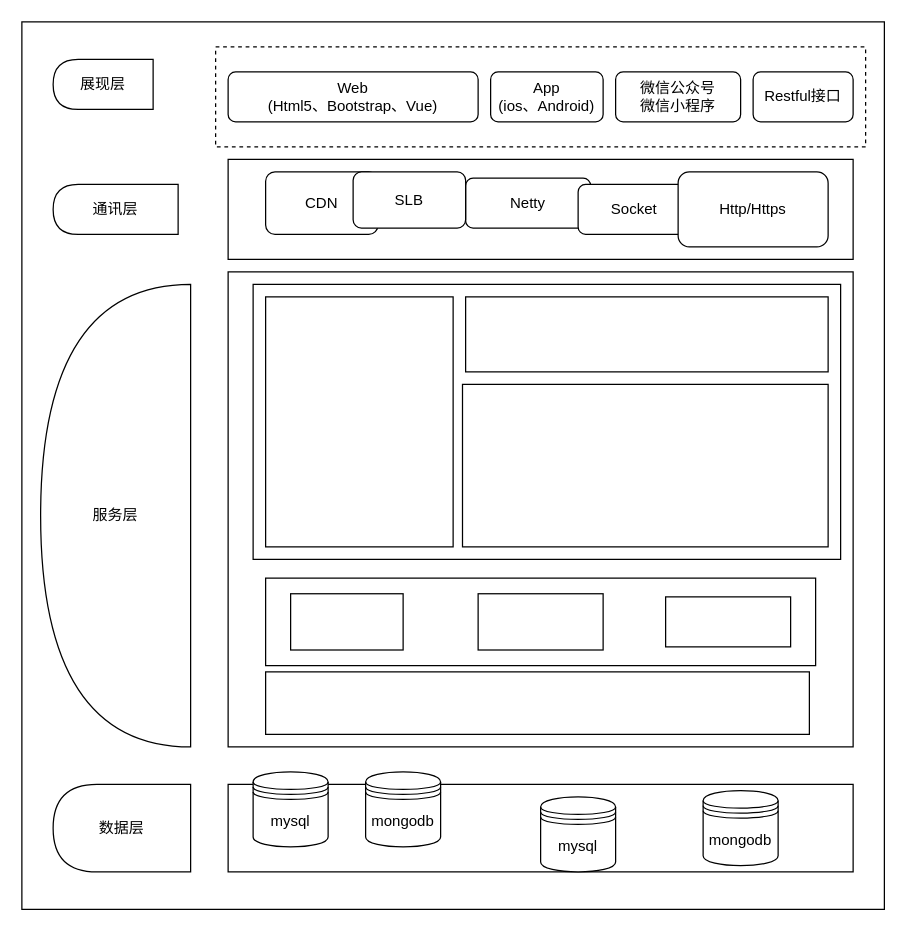
luckyriko/hello-world keeps this draw.io diagram as test.drawio. Above is the earlier version. Source tidied: cells renumbered, new cells numbered last; positions are measured from the earlier drawing's top-left corner, leaving out a move shared by most shapes. Both pictures are drawn from the tidied source at 125%, with x=0, y=0 at pixel (21, 21).
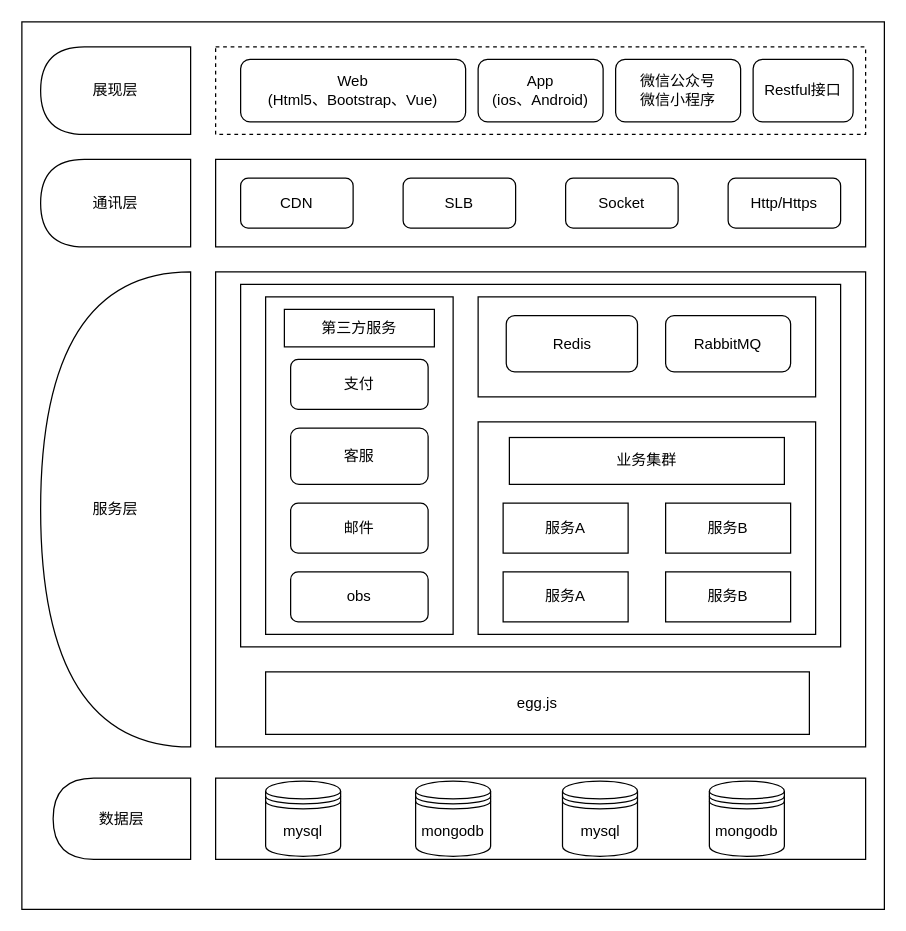
Above is the later version.

Diff of the diagram source:
```diff
@@
     <mxCell id="3" style="rounded=0;whiteSpace=wrap;html=1;" parent="1" vertex="1">
-      <mxGeometry x="165" y="610" width="500" height="70" as="geometry" />
+      <mxGeometry x="155" y="605" width="520" height="65" as="geometry" />
     </mxCell>
     <mxCell id="4" value="mysql" style="shape=datastore;whiteSpace=wrap;html=1;" parent="1" vertex="1">
-      <mxGeometry x="185" y="600" width="60" height="60" as="geometry" />
+      <mxGeometry x="195" y="607.5" width="60" height="60" as="geometry" />
     </mxCell>
     <mxCell id="5" value="&lt;span&gt;mysql&lt;/span&gt;" style="shape=datastore;whiteSpace=wrap;html=1;" parent="1" vertex="1">
-      <mxGeometry x="415" y="620" width="60" height="60" as="geometry" />
+      <mxGeometry x="432.5" y="607.5" width="60" height="60" as="geometry" />
     </mxCell>
     <mxCell id="6" value="mongodb" style="shape=datastore;whiteSpace=wrap;html=1;" parent="1" vertex="1">
-      <mxGeometry x="275" y="600" width="60" height="60" as="geometry" />
+      <mxGeometry x="315" y="607.5" width="60" height="60" as="geometry" />
     </mxCell>
     <mxCell id="7" value="&lt;span&gt;mongodb&lt;/span&gt;" style="shape=datastore;whiteSpace=wrap;html=1;" parent="1" vertex="1">
-      <mxGeometry x="545" y="615" width="60" height="60" as="geometry" />
+      <mxGeometry x="550" y="607.5" width="60" height="60" as="geometry" />
     </mxCell>
     <mxCell id="8" value="数据层" style="shape=delay;whiteSpace=wrap;html=1;labelBackgroundColor=none;direction=west;" parent="1" vertex="1">
-      <mxGeometry x="25" y="610" width="110" height="70" as="geometry" />
+      <mxGeometry x="25" y="605" width="110" height="65" as="geometry" />
     </mxCell>
     <mxCell id="9" style="rounded=0;whiteSpace=wrap;html=1;labelBackgroundColor=none;" parent="1" vertex="1">
-      <mxGeometry x="165" y="200" width="500" height="380" as="geometry" />
+      <mxGeometry x="155" y="200" width="520" height="380" as="geometry" />
     </mxCell>
     <mxCell id="10" value="通讯层" style="shape=delay;whiteSpace=wrap;html=1;labelBackgroundColor=none;direction=west;" parent="1" vertex="1">
-      <mxGeometry x="25" y="130" width="100" height="40" as="geometry" />
+      <mxGeometry x="15" y="110" width="120" height="70" as="geometry" />
     </mxCell>
     <mxCell id="11" value="展现层" style="shape=delay;whiteSpace=wrap;html=1;labelBackgroundColor=none;direction=west;" parent="1" vertex="1">
-      <mxGeometry x="25" y="30" width="80" height="40" as="geometry" />
+      <mxGeometry x="15" y="20" width="120" height="70" as="geometry" />
     </mxCell>
     <mxCell id="12" value="服务层" style="shape=delay;whiteSpace=wrap;html=1;labelBackgroundColor=none;direction=west;" parent="1" vertex="1">
-      <mxGeometry x="15" y="210" width="120" height="370" as="geometry" />
+      <mxGeometry x="15" y="200" width="120" height="380" as="geometry" />
     </mxCell>
     <mxCell id="13" style="rounded=0;whiteSpace=wrap;html=1;labelBackgroundColor=none;" parent="1" vertex="1">
-      <mxGeometry x="165" y="110" width="500" height="80" as="geometry" />
+      <mxGeometry x="155" y="110" width="520" height="70" as="geometry" />
     </mxCell>
     <mxCell id="14" value="CDN" style="rounded=1;whiteSpace=wrap;html=1;labelBackgroundColor=none;" parent="1" vertex="1">
-      <mxGeometry x="195" y="120" width="90" height="50" as="geometry" />
+      <mxGeometry x="175" y="125" width="90" height="40" as="geometry" />
     </mxCell>
     <mxCell id="15" style="rounded=0;whiteSpace=wrap;html=1;labelBackgroundColor=none;dashed=1;strokeWidth=1;" parent="1" vertex="1">
-      <mxGeometry x="155" y="20" width="520" height="80" as="geometry" />
+      <mxGeometry x="155" y="20" width="520" height="70" as="geometry" />
     </mxCell>
-    <mxCell id="16" value="Netty" style="rounded=1;whiteSpace=wrap;html=1;labelBackgroundColor=none;" parent="1" vertex="1">
-      <mxGeometry x="355" y="125" width="100" height="40" as="geometry" />
-    </mxCell>
     <mxCell id="17" value="Socket" style="rounded=1;whiteSpace=wrap;html=1;labelBackgroundColor=none;" parent="1" vertex="1">
-      <mxGeometry x="445" y="130" width="90" height="40" as="geometry" />
+      <mxGeometry x="435" y="125" width="90" height="40" as="geometry" />
     </mxCell>
     <mxCell id="18" value="SLB" style="rounded=1;whiteSpace=wrap;html=1;labelBackgroundColor=none;" parent="1" vertex="1">
-      <mxGeometry x="265" y="120" width="90" height="45" as="geometry" />
+      <mxGeometry x="305" y="125" width="90" height="40" as="geometry" />
     </mxCell>
     <mxCell id="19" value="Restful接口" style="rounded=1;whiteSpace=wrap;html=1;labelBackgroundColor=none;" parent="1" vertex="1">
-      <mxGeometry x="585" y="40" width="80" height="40" as="geometry" />
+      <mxGeometry x="585" y="30" width="80" height="50" as="geometry" />
     </mxCell>
     <mxCell id="20" value="微信公众号&lt;br&gt;微信小程序" style="rounded=1;whiteSpace=wrap;html=1;labelBackgroundColor=none;" parent="1" vertex="1">
-      <mxGeometry x="475" y="40" width="100" height="40" as="geometry" />
+      <mxGeometry x="475" y="30" width="100" height="50" as="geometry" />
     </mxCell>
     <mxCell id="21" value="App&lt;br&gt;(ios、Android)" style="rounded=1;whiteSpace=wrap;html=1;labelBackgroundColor=none;" parent="1" vertex="1">
-      <mxGeometry x="375" y="40" width="90" height="40" as="geometry" />
+      <mxGeometry x="365" y="30" width="100" height="50" as="geometry" />
     </mxCell>
     <mxCell id="22" value="Web&lt;br&gt;(Html5、Bootstrap、Vue)" style="rounded=1;whiteSpace=wrap;html=1;labelBackgroundColor=none;" parent="1" vertex="1">
-      <mxGeometry x="165" y="40" width="200" height="40" as="geometry" />
+      <mxGeometry x="175" y="30" width="180" height="50" as="geometry" />
     </mxCell>
     <mxCell id="23" value="Http/Https" style="rounded=1;whiteSpace=wrap;html=1;labelBackgroundColor=none;strokeWidth=1;" parent="1" vertex="1">
-      <mxGeometry x="525" y="120" width="120" height="60" as="geometry" />
+      <mxGeometry x="565" y="125" width="90" height="40" as="geometry" />
     </mxCell>
-    <mxCell id="24" style="rounded=0;whiteSpace=wrap;html=1;labelBackgroundColor=none;strokeWidth=1;" parent="1" vertex="1">
+    <mxCell id="24" value="egg.js" style="rounded=0;whiteSpace=wrap;html=1;labelBackgroundColor=none;strokeWidth=1;" parent="1" vertex="1">
       <mxGeometry x="195" y="520" width="435" height="50" as="geometry" />
     </mxCell>
     <mxCell id="25" style="rounded=0;whiteSpace=wrap;html=1;labelBackgroundColor=none;strokeWidth=1;" parent="1" vertex="1">
-      <mxGeometry x="185" y="210" width="470" height="220" as="geometry" />
+      <mxGeometry x="175" y="210" width="480" height="290" as="geometry" />
     </mxCell>
-    <mxCell id="26" style="rounded=0;whiteSpace=wrap;html=1;labelBackgroundColor=none;strokeWidth=1;" parent="1" vertex="1">
-      <mxGeometry x="195" y="445" width="440" height="70" as="geometry" />
-    </mxCell>
-    <mxCell id="27" style="rounded=0;whiteSpace=wrap;html=1;labelBackgroundColor=none;strokeWidth=1;" parent="1" vertex="1">
-      <mxGeometry x="215" y="457.5" width="90" height="45" as="geometry" />
-    </mxCell>
-    <mxCell id="28" style="rounded=0;whiteSpace=wrap;html=1;labelBackgroundColor=none;strokeWidth=1;" parent="1" vertex="1">
-      <mxGeometry x="365" y="457.5" width="100" height="45" as="geometry" />
-    </mxCell>
-    <mxCell id="29" style="rounded=0;whiteSpace=wrap;html=1;labelBackgroundColor=none;strokeWidth=1;" parent="1" vertex="1">
-      <mxGeometry x="515" y="460" width="100" height="40" as="geometry" />
-    </mxCell>
     <mxCell id="30" style="rounded=0;whiteSpace=wrap;html=1;labelBackgroundColor=none;strokeWidth=1;" parent="1" vertex="1">
-      <mxGeometry x="355" y="220" width="290" height="60" as="geometry" />
+      <mxGeometry x="365" y="320" width="270" height="170" as="geometry" />
     </mxCell>
-    <mxCell id="31" style="rounded=0;whiteSpace=wrap;html=1;labelBackgroundColor=none;strokeWidth=1;" parent="1" vertex="1">
-      <mxGeometry x="352.5" y="290" width="292.5" height="130" as="geometry" />
-    </mxCell>
     <mxCell id="32" style="rounded=0;whiteSpace=wrap;html=1;labelBackgroundColor=none;strokeWidth=1;" parent="1" vertex="1">
-      <mxGeometry x="195" y="220" width="150" height="200" as="geometry" />
+      <mxGeometry x="195" y="220" width="150" height="270" as="geometry" />
     </mxCell>
+    <mxCell id="33" value="&lt;span&gt;服务A&lt;/span&gt;" style="rounded=0;whiteSpace=wrap;html=1;labelBackgroundColor=none;strokeWidth=1;" parent="1" vertex="1">
+      <mxGeometry x="385" y="440" width="100" height="40" as="geometry" />
+    </mxCell>
+    <mxCell id="34" value="&lt;span&gt;服务B&lt;/span&gt;" style="rounded=0;whiteSpace=wrap;html=1;labelBackgroundColor=none;strokeWidth=1;" parent="1" vertex="1">
+      <mxGeometry x="515" y="440" width="100" height="40" as="geometry" />
+    </mxCell>
+    <mxCell id="35" value="服务A" style="rounded=0;whiteSpace=wrap;html=1;labelBackgroundColor=none;strokeWidth=1;" parent="1" vertex="1">
+      <mxGeometry x="385" y="385" width="100" height="40" as="geometry" />
+    </mxCell>
+    <mxCell id="36" value="服务B" style="rounded=0;whiteSpace=wrap;html=1;labelBackgroundColor=none;strokeWidth=1;" parent="1" vertex="1">
+      <mxGeometry x="515" y="385" width="100" height="40" as="geometry" />
+    </mxCell>
+    <mxCell id="37" style="rounded=0;whiteSpace=wrap;html=1;labelBackgroundColor=none;strokeWidth=1;" parent="1" vertex="1">
+      <mxGeometry x="365" y="220" width="270" height="80" as="geometry" />
+    </mxCell>
+    <mxCell id="38" value="RabbitMQ" style="rounded=1;whiteSpace=wrap;html=1;labelBackgroundColor=none;strokeWidth=1;" parent="1" vertex="1">
+      <mxGeometry x="515" y="235" width="100" height="45" as="geometry" />
+    </mxCell>
+    <mxCell id="39" value="Redis" style="rounded=1;whiteSpace=wrap;html=1;labelBackgroundColor=none;strokeWidth=1;" parent="1" vertex="1">
+      <mxGeometry x="387.5" y="235" width="105" height="45" as="geometry" />
+    </mxCell>
+    <mxCell id="40" value="第三方服务" style="rounded=0;whiteSpace=wrap;html=1;labelBackgroundColor=none;strokeWidth=1;" parent="1" vertex="1">
+      <mxGeometry x="210" y="230" width="120" height="30" as="geometry" />
+    </mxCell>
+    <mxCell id="41" value="obs" style="rounded=1;whiteSpace=wrap;html=1;labelBackgroundColor=none;strokeWidth=1;" parent="1" vertex="1">
+      <mxGeometry x="215" y="440" width="110" height="40" as="geometry" />
+    </mxCell>
+    <mxCell id="42" value="邮件" style="rounded=1;whiteSpace=wrap;html=1;labelBackgroundColor=none;strokeWidth=1;" parent="1" vertex="1">
+      <mxGeometry x="215" y="385" width="110" height="40" as="geometry" />
+    </mxCell>
+    <mxCell id="43" value="客服" style="rounded=1;whiteSpace=wrap;html=1;labelBackgroundColor=none;strokeWidth=1;" parent="1" vertex="1">
+      <mxGeometry x="215" y="325" width="110" height="45" as="geometry" />
+    </mxCell>
+    <mxCell id="44" value="支付" style="rounded=1;whiteSpace=wrap;html=1;labelBackgroundColor=none;strokeWidth=1;" parent="1" vertex="1">
+      <mxGeometry x="215" y="270" width="110" height="40" as="geometry" />
+    </mxCell>
+    <mxCell id="45" value="业务集群" style="rounded=0;whiteSpace=wrap;html=1;labelBackgroundColor=none;strokeWidth=1;" parent="1" vertex="1">
+      <mxGeometry x="390" y="332.5" width="220" height="37.5" as="geometry" />
+    </mxCell>
```
